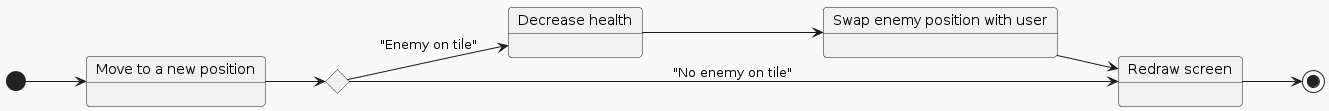
Earlier version of the PlantUML export docs/imgs/state_1.png (vikimova/lab1).
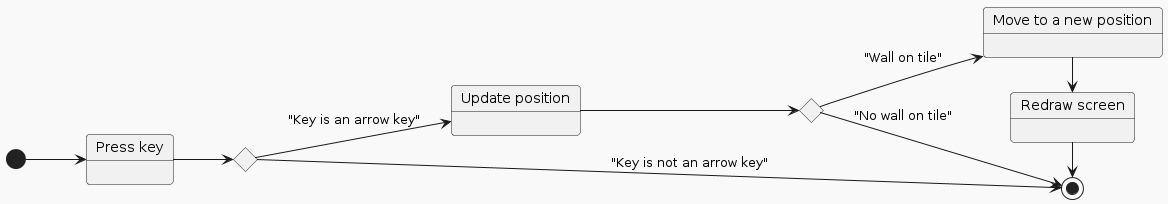
After the change.

Change to the diagram source:
```diff
@@ -2,17 +2,20 @@
 !theme mars
 left to right direction
 
-state "Move to a new position" as up
-state "Decrease health" as rp
-state "Swap enemy position with user" as swp
+state "Press key" as pk
+state "Update position" as up
 state c <<choice>>
+state c2 <<choice>>
 state "Redraw screen" as rd
+state "Move to a new position" as mtp
 
-[*] --> up
+[*] --> pk
+pk --> c2
+c2 --> up: "Key is an arrow key"
+c2 --> [*]: "Key is not an arrow key"
 up --> c
-c --> rp: "Enemy on tile"
-rp --> swp
-c --> rd: "No enemy on tile"
-swp --> rd
-rd --> [*]
+c --> mtp: "Wall on tile"
+c --> [*]: "No wall on tile"
+mtp->rd
+rd->[*]
 @enduml
```
